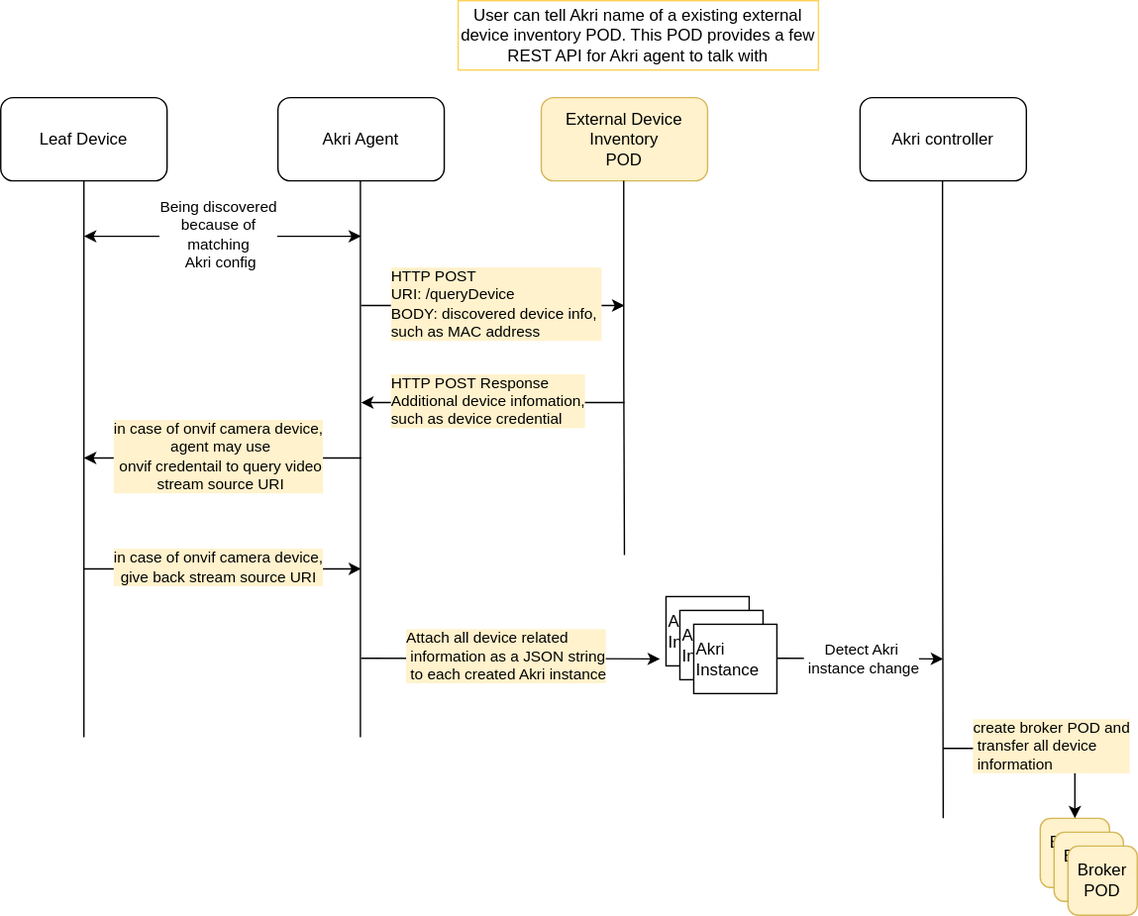
The draw.io diagram media/integrate-extenal-device-inventory-diagram.svg in project-akri/akri-docs, before a commit. Source tidied: cells renumbered, new cells last; positions are measured from the earlier drawing's top-left corner, leaving out a move shared by most shapes.
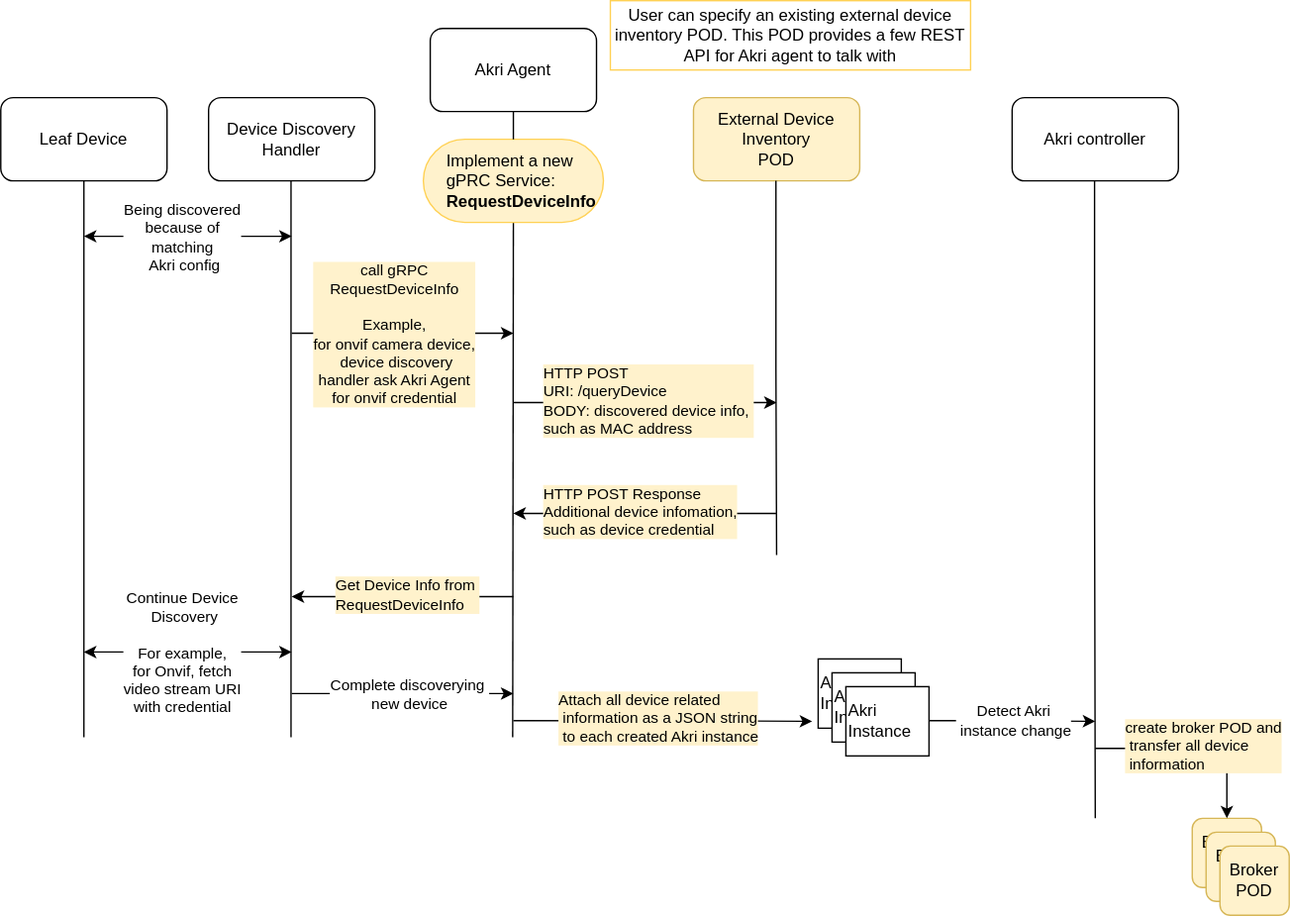
The same file after the commit.

Commit message:
Add device discovery handler into diagram

Make the proposal clearer by drawing device discovery handler in,
since I found device discovery handler is not inside Akri agent

Change to the diagram source:
```diff
@@ -4,14 +4,14 @@
     <mxCell id="1" parent="0" />
     <mxCell id="2" style="edgeStyle=orthogonalEdgeStyle;rounded=0;jettySize=auto;html=1;exitX=0.5;exitY=1;exitDx=0;exitDy=0;endArrow=none;endFill=0;" parent="1" edge="1" source="3">
       <mxGeometry relative="1" as="geometry">
-        <mxPoint x="60" y="531.6" as="targetPoint" />
+        <mxPoint x="-50" y="531.6" as="targetPoint" />
       </mxGeometry>
     </mxCell>
     <mxCell id="3" value="Leaf Device" style="rounded=1;whiteSpace=wrap;html=1;" parent="1" vertex="1">
-      <mxGeometry y="70" width="120" height="60" as="geometry" />
+      <mxGeometry x="-110" y="70" width="120" height="60" as="geometry" />
     </mxCell>
     <mxCell id="4" value="Akri Agent" style="rounded=1;whiteSpace=wrap;html=1;" parent="1" vertex="1">
-      <mxGeometry x="200" y="70" width="120" height="60" as="geometry" />
+      <mxGeometry x="200" y="20" width="120" height="60" as="geometry" />
     </mxCell>
     <mxCell id="5" value="Akri controller" style="rounded=1;whiteSpace=wrap;html=1;" parent="1" vertex="1">
       <mxGeometry x="620" y="70" width="120" height="60" as="geometry" />
@@ -19,10 +19,13 @@
     <mxCell id="6" value="External Device Inventory&lt;br&gt;POD" style="rounded=1;whiteSpace=wrap;html=1;fillColor=#fff2cc;strokeColor=#d6b656;" parent="1" vertex="1">
       <mxGeometry x="390" y="70" width="120" height="60" as="geometry" />
     </mxCell>
-    <mxCell id="7" style="edgeStyle=orthogonalEdgeStyle;rounded=0;orthogonalLoop=1;jettySize=auto;html=1;exitX=0.5;exitY=1;exitDx=0;exitDy=0;endArrow=none;endFill=0;" parent="1" edge="1">
+    <mxCell id="7" style="edgeStyle=orthogonalEdgeStyle;rounded=0;jettySize=auto;html=1;exitX=0.5;exitY=1;exitDx=0;exitDy=0;endArrow=none;endFill=0;startArrow=none;" parent="1" edge="1" source="36">
       <mxGeometry relative="1" as="geometry">
-        <mxPoint x="259.5" y="130" as="sourcePoint" />
         <mxPoint x="259.5" y="531.6" as="targetPoint" />
+        <Array as="points">
+          <mxPoint x="260" y="160" />
+          <mxPoint x="260" y="346" />
+        </Array>
       </mxGeometry>
     </mxCell>
     <mxCell id="8" style="edgeStyle=orthogonalEdgeStyle;rounded=0;orthogonalLoop=1;jettySize=auto;html=1;exitX=0.5;exitY=1;exitDx=0;exitDy=0;endArrow=none;endFill=0;" parent="1" edge="1">
@@ -45,19 +48,19 @@
     </mxCell>
     <mxCell id="10" style="edgeStyle=orthogonalEdgeStyle;rounded=0;orthogonalLoop=1;jettySize=auto;html=1;endArrow=classic;endFill=1;startArrow=classic;startFill=1;" parent="1" edge="1">
       <mxGeometry relative="1" as="geometry">
-        <mxPoint x="60" y="170" as="sourcePoint" />
-        <mxPoint x="260" y="170" as="targetPoint" />
+        <mxPoint x="-50" y="170" as="sourcePoint" />
+        <mxPoint x="100" y="170" as="targetPoint" />
       </mxGeometry>
     </mxCell>
     <mxCell id="11" value="Being discovered &lt;br&gt;because of&lt;br&gt;matching&lt;br&gt;&amp;nbsp;Akri config" style="edgeLabel;html=1;align=center;verticalAlign=middle;" parent="10" vertex="1">
       <mxGeometry x="-0.18" y="2" relative="1" as="geometry">
-        <mxPoint x="14" as="offset" />
+        <mxPoint x="8" y="2" as="offset" />
       </mxGeometry>
     </mxCell>
     <mxCell id="12" style="edgeStyle=orthogonalEdgeStyle;rounded=0;orthogonalLoop=1;jettySize=auto;html=1;exitX=0.5;exitY=1;exitDx=0;exitDy=0;endArrow=classic;endFill=1;startArrow=none;startFill=0;" parent="1" edge="1">
       <mxGeometry relative="1" as="geometry">
-        <mxPoint x="260" y="220" as="sourcePoint" />
-        <mxPoint x="450" y="220" as="targetPoint" />
+        <mxPoint x="260" y="290" as="sourcePoint" />
+        <mxPoint x="450" y="290" as="targetPoint" />
       </mxGeometry>
     </mxCell>
     <mxCell id="13" value="HTTP POST&lt;br&gt;&lt;div&gt;URI: /queryDevice&lt;/div&gt;&lt;div&gt;BODY: discovered device info,&amp;nbsp;&lt;/div&gt;&lt;div&gt;such as MAC address&lt;/div&gt;" style="edgeLabel;html=1;align=left;verticalAlign=middle;labelBackgroundColor=#FFF2CC;" parent="12" vertex="1">
@@ -65,13 +68,13 @@
         <mxPoint x="-58" as="offset" />
       </mxGeometry>
     </mxCell>
-    <mxCell id="14" value="User can tell Akri name of a existing external device inventory POD. This POD provides a few REST API for Akri agent to talk with" style="text;html=1;strokeColor=#FFD154;fillColor=none;align=center;verticalAlign=middle;whiteSpace=wrap;rounded=0;" parent="1" vertex="1">
+    <mxCell id="14" value="User can specify an existing external device inventory POD. This POD provides a few REST API for Akri agent to talk with" style="text;html=1;strokeColor=#FFD154;fillColor=none;align=center;verticalAlign=middle;whiteSpace=wrap;rounded=0;" parent="1" vertex="1">
       <mxGeometry x="330" width="260" height="50" as="geometry" />
     </mxCell>
     <mxCell id="15" style="edgeStyle=orthogonalEdgeStyle;rounded=0;orthogonalLoop=1;jettySize=auto;html=1;exitX=0.5;exitY=1;exitDx=0;exitDy=0;endArrow=none;endFill=0;startArrow=classic;startFill=1;" parent="1" edge="1">
       <mxGeometry relative="1" as="geometry">
-        <mxPoint x="260" y="290" as="sourcePoint" />
-        <mxPoint x="450" y="290" as="targetPoint" />
+        <mxPoint x="260" y="370" as="sourcePoint" />
+        <mxPoint x="450" y="370" as="targetPoint" />
       </mxGeometry>
     </mxCell>
     <mxCell id="16" value="HTTP POST Response&lt;br&gt;Additional device infomation,&lt;br&gt;such as device credential" style="edgeLabel;html=1;align=left;verticalAlign=middle;labelBackgroundColor=#FFF2CC;" parent="15" vertex="1">
@@ -81,38 +84,27 @@
     </mxCell>
     <mxCell id="17" style="edgeStyle=orthogonalEdgeStyle;rounded=0;orthogonalLoop=1;jettySize=auto;html=1;endArrow=none;endFill=0;startArrow=classic;startFill=1;" parent="1" edge="1">
       <mxGeometry relative="1" as="geometry">
-        <mxPoint x="60" y="330" as="sourcePoint" />
-        <mxPoint x="260" y="330" as="targetPoint" />
+        <mxPoint x="260" y="240" as="sourcePoint" />
+        <mxPoint x="100" y="240" as="targetPoint" />
       </mxGeometry>
     </mxCell>
-    <mxCell id="18" value="in case of onvif camera device,&lt;br&gt;&amp;nbsp;agent may use&lt;br&gt;&amp;nbsp;onvif credentail to query video&lt;br&gt;&amp;nbsp;stream source URI" style="edgeLabel;html=1;align=center;verticalAlign=middle;labelBackgroundColor=#FFF2CC;" parent="17" vertex="1">
-      <mxGeometry x="-0.18" y="2" relative="1" as="geometry">
-        <mxPoint x="14" as="offset" />
-      </mxGeometry>
-    </mxCell>
-    <mxCell id="19" style="edgeStyle=orthogonalEdgeStyle;rounded=0;orthogonalLoop=1;jettySize=auto;html=1;endArrow=classic;endFill=1;startArrow=none;startFill=0;" parent="1" edge="1">
-      <mxGeometry relative="1" as="geometry">
-        <mxPoint x="60" y="410" as="sourcePoint" />
-        <mxPoint x="260" y="410" as="targetPoint" />
-      </mxGeometry>
-    </mxCell>
-    <mxCell id="20" value="in case of onvif camera device,&lt;br&gt;give back stream source URI" style="edgeLabel;html=1;align=center;verticalAlign=middle;labelBackgroundColor=#FFF2CC;" parent="19" vertex="1">
-      <mxGeometry x="-0.18" y="2" relative="1" as="geometry">
-        <mxPoint x="14" as="offset" />
-      </mxGeometry>
-    </mxCell>
+    <mxCell id="33" value="&lt;span&gt;call gRPC &lt;br&gt;RequestDeviceInfo&lt;br&gt;&lt;br&gt;Example,&lt;br&gt;for onvif camera device,&lt;/span&gt;&lt;br&gt;&lt;span&gt;&amp;nbsp;device discovery&lt;br&gt;&lt;/span&gt;handler ask Akri Agent&lt;br&gt;for onvif credential&lt;br&gt;" style="edgeLabel;html=1;align=center;verticalAlign=middle;labelBackgroundColor=#FFF2CC;" parent="17" vertex="1">
+      <mxGeometry x="0.23" relative="1" as="geometry">
+        <mxPoint x="12" as="offset" />
+      </mxGeometry>
+    </mxCell>
     <mxCell id="21" value="Akri Instance" style="rounded=0;whiteSpace=wrap;html=1;labelBackgroundColor=none;align=left;fillColor=default;" parent="1" vertex="1">
-      <mxGeometry x="480" y="430" width="60" height="50" as="geometry" />
+      <mxGeometry x="480" y="475" width="60" height="50" as="geometry" />
     </mxCell>
     <mxCell id="22" value="Akri Instance" style="rounded=0;whiteSpace=wrap;html=1;labelBackgroundColor=none;align=left;fillColor=default;" parent="1" vertex="1">
-      <mxGeometry x="490" y="440" width="60" height="50" as="geometry" />
+      <mxGeometry x="490" y="485" width="60" height="50" as="geometry" />
     </mxCell>
     <mxCell id="23" value="Akri Instance" style="rounded=0;whiteSpace=wrap;html=1;labelBackgroundColor=none;align=left;fillColor=default;" parent="1" vertex="1">
-      <mxGeometry x="500" y="450" width="60" height="50" as="geometry" />
+      <mxGeometry x="500" y="495" width="60" height="50" as="geometry" />
     </mxCell>
     <mxCell id="24" style="edgeStyle=orthogonalEdgeStyle;rounded=0;jettySize=auto;html=1;exitX=0.5;exitY=1;exitDx=0;exitDy=0;endArrow=classic;endFill=1;startArrow=none;startFill=0;entryX=-0.072;entryY=0.9;entryDx=0;entryDy=0;entryPerimeter=0;" parent="1" edge="1" target="21">
       <mxGeometry relative="1" as="geometry">
-        <mxPoint x="260" y="474.6" as="sourcePoint" />
+        <mxPoint x="260" y="519.6" as="sourcePoint" />
       </mxGeometry>
     </mxCell>
     <mxCell id="25" value="Attach all device related&lt;br&gt;&amp;nbsp;information as a JSON string&lt;br&gt;&amp;nbsp;to each created Akri instance" style="edgeLabel;html=1;align=left;verticalAlign=middle;labelBackgroundColor=#FFF2CC;" parent="24" vertex="1">
@@ -122,11 +114,11 @@
     </mxCell>
     <mxCell id="26" style="edgeStyle=orthogonalEdgeStyle;rounded=0;orthogonalLoop=1;jettySize=auto;html=1;endArrow=classic;endFill=1;startArrow=none;startFill=0;" parent="1" edge="1">
       <mxGeometry relative="1" as="geometry">
-        <mxPoint x="560" y="474.6" as="sourcePoint" />
-        <mxPoint x="680" y="475" as="targetPoint" />
+        <mxPoint x="560" y="519.6" as="sourcePoint" />
+        <mxPoint x="680" y="520" as="targetPoint" />
         <Array as="points">
-          <mxPoint x="620" y="475" />
-          <mxPoint x="680" y="475" />
+          <mxPoint x="620" y="520" />
+          <mxPoint x="680" y="520" />
         </Array>
       </mxGeometry>
     </mxCell>
@@ -154,5 +146,53 @@
         <mxPoint x="-40" as="offset" />
       </mxGeometry>
     </mxCell>
+    <mxCell id="34" value="Device Discovery Handler" style="rounded=1;whiteSpace=wrap;html=1;" parent="1" vertex="1">
+      <mxGeometry x="40" y="70" width="120" height="60" as="geometry" />
+    </mxCell>
+    <mxCell id="35" style="edgeStyle=orthogonalEdgeStyle;rounded=0;orthogonalLoop=1;jettySize=auto;html=1;exitX=0.5;exitY=1;exitDx=0;exitDy=0;endArrow=none;endFill=0;" parent="1" edge="1">
+      <mxGeometry relative="1" as="geometry">
+        <mxPoint x="99.5" y="130" as="sourcePoint" />
+        <mxPoint x="99.5" y="531.6" as="targetPoint" />
+      </mxGeometry>
+    </mxCell>
+    <mxCell id="36" value="Implement a new gPRC Service: &lt;b&gt;RequestDeviceInfo&lt;/b&gt;" style="rounded=1;whiteSpace=wrap;html=1;labelBackgroundColor=none;strokeColor=#FFD154;fillColor=#FFF2CC;align=left;arcSize=50;spacingLeft=15;" parent="1" vertex="1">
+      <mxGeometry x="195" y="100" width="130" height="60" as="geometry" />
+    </mxCell>
+    <mxCell id="37" style="edgeStyle=orthogonalEdgeStyle;rounded=0;jettySize=auto;html=1;exitX=0.5;exitY=1;exitDx=0;exitDy=0;endArrow=none;endFill=0;startArrow=none;" parent="1" edge="1" source="4" target="36">
+      <mxGeometry relative="1" as="geometry" />
+    </mxCell>
+    <mxCell id="38" style="edgeStyle=orthogonalEdgeStyle;rounded=0;orthogonalLoop=1;jettySize=auto;html=1;exitX=0.5;exitY=1;exitDx=0;exitDy=0;endArrow=none;endFill=0;startArrow=classic;startFill=1;" parent="1" edge="1">
+      <mxGeometry relative="1" as="geometry">
+        <mxPoint x="100" y="430" as="sourcePoint" />
+        <mxPoint x="260" y="430" as="targetPoint" />
+      </mxGeometry>
+    </mxCell>
+    <mxCell id="39" value="Get Device Info from&amp;nbsp;&lt;br&gt;RequestDeviceInfo" style="edgeLabel;html=1;align=left;verticalAlign=middle;labelBackgroundColor=#FFF2CC;" parent="38" vertex="1">
+      <mxGeometry x="-0.18" y="2" relative="1" as="geometry">
+        <mxPoint x="-36" as="offset" />
+      </mxGeometry>
+    </mxCell>
+    <mxCell id="40" style="edgeStyle=orthogonalEdgeStyle;rounded=0;orthogonalLoop=1;jettySize=auto;html=1;endArrow=classic;endFill=1;startArrow=classic;startFill=1;" parent="1" edge="1">
+      <mxGeometry relative="1" as="geometry">
+        <mxPoint x="-50" y="470" as="sourcePoint" />
+        <mxPoint x="100" y="470" as="targetPoint" />
+      </mxGeometry>
+    </mxCell>
+    <mxCell id="41" value="Continue Device&lt;br&gt;&amp;nbsp;Discovery&lt;br&gt;&lt;br&gt;For example,&lt;br&gt;for Onvif, fetch&lt;br&gt;video stream URI&lt;br&gt;with credential" style="edgeLabel;html=1;align=center;verticalAlign=middle;" parent="40" vertex="1">
+      <mxGeometry x="-0.18" y="2" relative="1" as="geometry">
+        <mxPoint x="8" y="2" as="offset" />
+      </mxGeometry>
+    </mxCell>
+    <mxCell id="42" style="edgeStyle=orthogonalEdgeStyle;rounded=0;orthogonalLoop=1;jettySize=auto;html=1;endArrow=classic;endFill=1;startArrow=none;startFill=0;" parent="1" edge="1">
+      <mxGeometry relative="1" as="geometry">
+        <mxPoint x="100" y="500" as="sourcePoint" />
+        <mxPoint x="260" y="500" as="targetPoint" />
+      </mxGeometry>
+    </mxCell>
+    <mxCell id="43" value="Complete discoverying&amp;nbsp;&lt;br&gt;new device" style="edgeLabel;html=1;align=center;verticalAlign=middle;" parent="42" vertex="1">
+      <mxGeometry x="-0.18" y="2" relative="1" as="geometry">
+        <mxPoint x="18" y="2" as="offset" />
+      </mxGeometry>
+    </mxCell>
   </root>
 </mxGraphModel>
```
